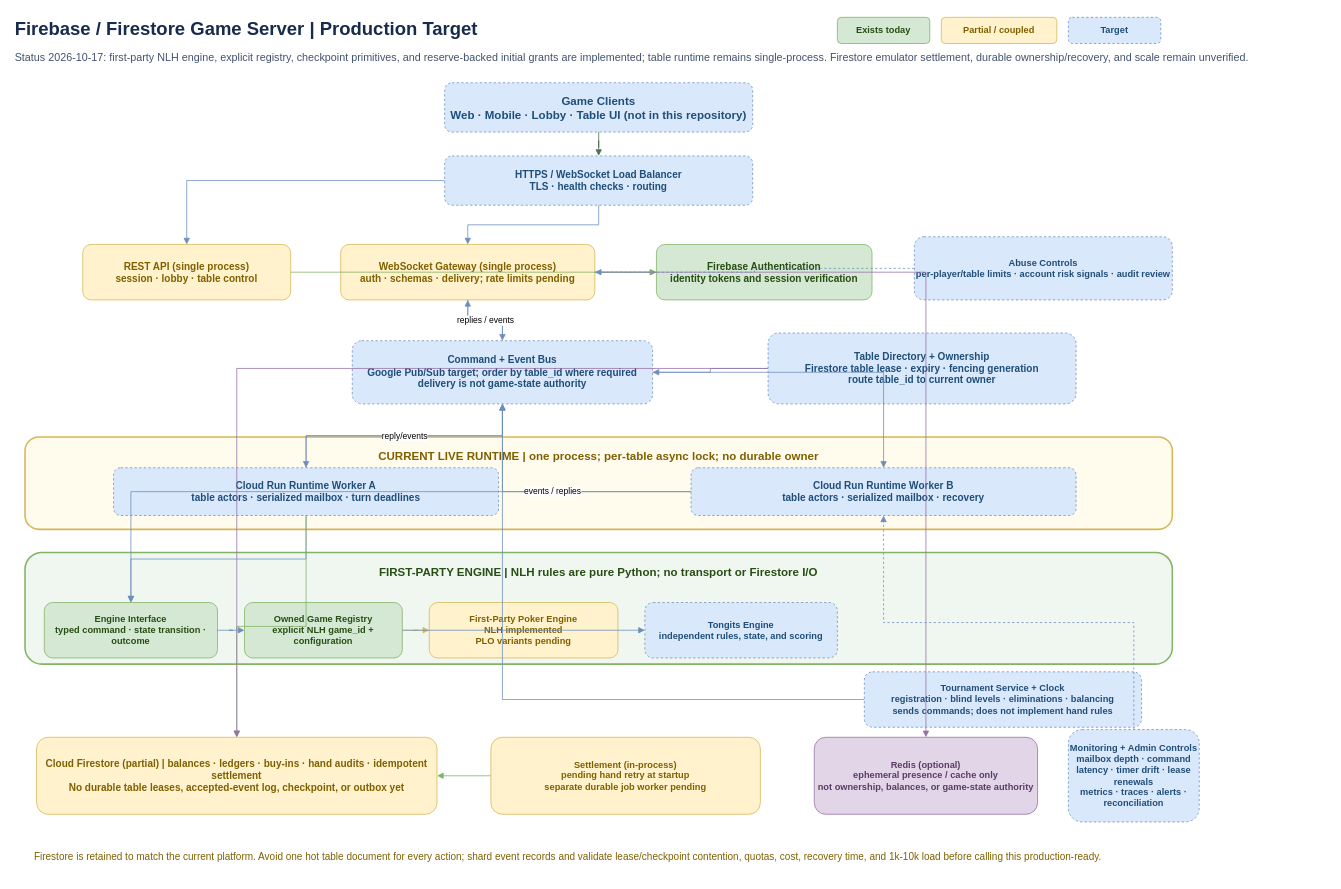
jaspervborcena/cowboysphpokerbackend keeps this draw.io diagram as page "Firebase Production Target" (1 of 2) of GAME_SERVER_FIREBASE_ARCHITECTURE.drawio. Above is the earlier version. Source tidied: cells renumbered, new cells numbered last; positions are measured from the earlier drawing's top-left corner, leaving out a move shared by most shapes. Both pictures are drawn from the tidied source at 77%, with x=0, y=0 at pixel (13, 13).
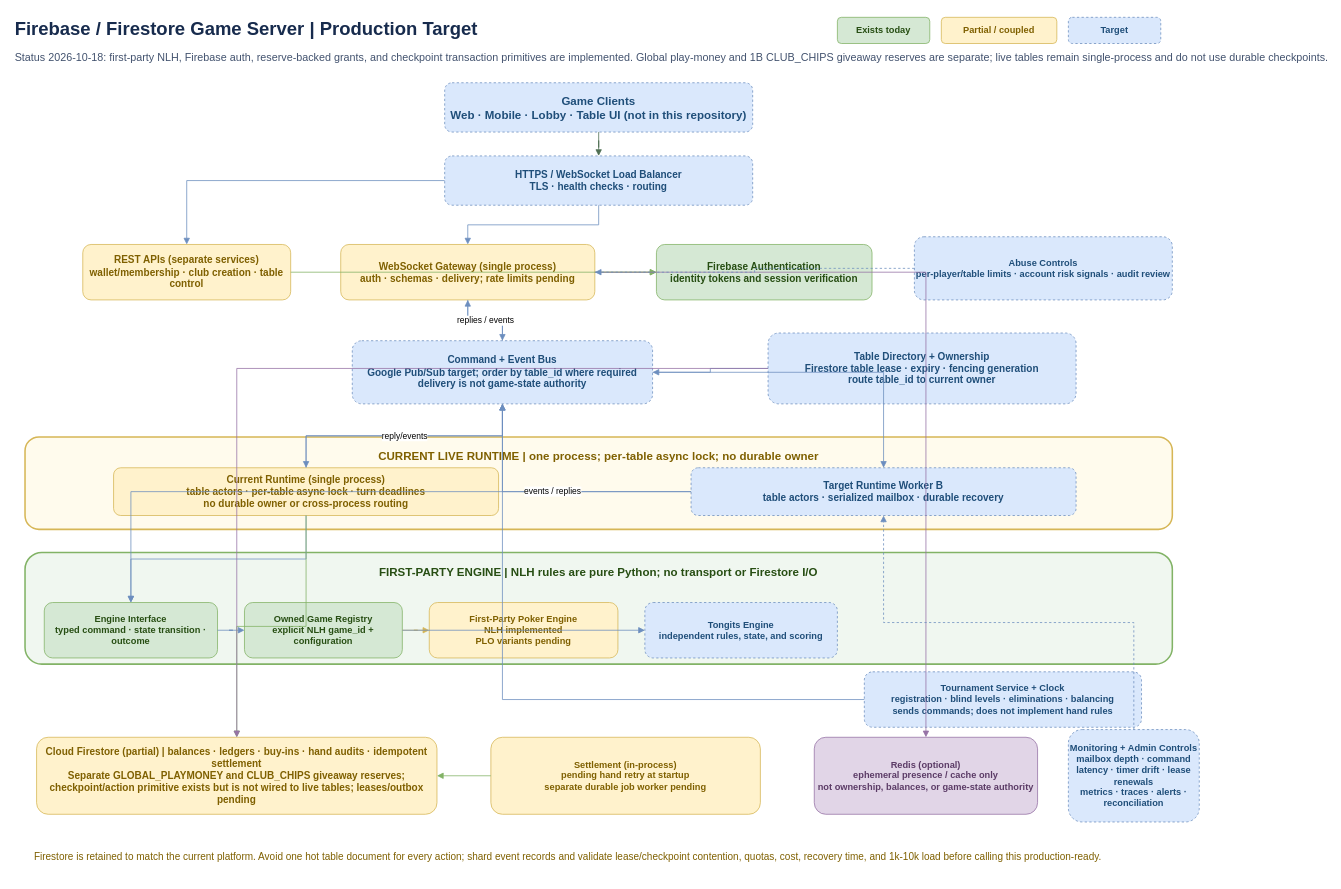
Above is the later version.

Commit message (it also covers changes not shown here):
Refresh Firebase architecture status

Change to the diagram source:
```diff
@@
-    <mxCell id="3" value="Status 2026-10-17: first-party NLH engine, explicit registry, checkpoint primitives, and reserve-backed initial grants are implemented; table runtime remains single-process. Firestore emulator settlement, durable ownership/recovery, and scale remain unverified." style="text;html=1;align=left;verticalAlign=middle;fontSize=14;fontColor=#42526E;" parent="1" vertex="1">
+    <mxCell id="3" value="Status 2026-10-18: first-party NLH, Firebase auth, reserve-backed grants, and checkpoint transaction primitives are implemented. Global play-money and 1B CLUB_CHIPS giveaway reserves are separate; live tables remain single-process and do not use durable checkpoints." style="text;html=1;align=left;verticalAlign=middle;fontSize=14;fontColor=#42526E;" parent="1" vertex="1">
       <mxGeometry y="42" width="1220" height="30" as="geometry" />
     </mxCell>
@@
-    <mxCell id="9" value="REST API (single process)&lt;br&gt;session · lobby · table control" style="rounded=1;whiteSpace=wrap;html=1;fillColor=#FFF2CC;strokeColor=#D6B656;fontColor=#7F6000;fontSize=13;fontStyle=1;" parent="1" vertex="1">
+    <mxCell id="9" value="REST APIs (separate services)&lt;br&gt;wallet/membership · club creation · table control" style="rounded=1;whiteSpace=wrap;html=1;fillColor=#FFF2CC;strokeColor=#D6B656;fontColor=#7F6000;fontSize=13;fontStyle=1;" parent="1" vertex="1">
       <mxGeometry x="90" y="300" width="270" height="72" as="geometry" />
     </mxCell>
@@
-    <mxCell id="16" value="Cloud Run Runtime Worker A&lt;br&gt;table actors · serialized mailbox · turn deadlines" style="rounded=1;whiteSpace=wrap;html=1;fillColor=#DAE8FC;strokeColor=#6C8EBF;fontColor=#1F4E79;fontSize=13;fontStyle=1;dashed=1;" parent="1" vertex="1">
+    <mxCell id="16" value="Current Runtime (single process)&lt;br&gt;table actors · per-table async lock · turn deadlines&lt;br&gt;no durable owner or cross-process routing" style="rounded=1;whiteSpace=wrap;html=1;fillColor=#FFF2CC;strokeColor=#D6B656;fontColor=#7F6000;fontSize=13;fontStyle=1;" parent="1" vertex="1">
       <mxGeometry x="130" y="590" width="500" height="62" as="geometry" />
     </mxCell>
-    <mxCell id="17" value="Cloud Run Runtime Worker B&lt;br&gt;table actors · serialized mailbox · recovery" style="rounded=1;whiteSpace=wrap;html=1;fillColor=#DAE8FC;strokeColor=#6C8EBF;fontColor=#1F4E79;fontSize=13;fontStyle=1;dashed=1;" parent="1" vertex="1">
+    <mxCell id="17" value="Target Runtime Worker B&lt;br&gt;table actors · serialized mailbox · durable recovery" style="rounded=1;whiteSpace=wrap;html=1;fillColor=#DAE8FC;strokeColor=#6C8EBF;fontColor=#1F4E79;fontSize=13;fontStyle=1;dashed=1;" parent="1" vertex="1">
       <mxGeometry x="880" y="590" width="500" height="62" as="geometry" />
     </mxCell>
@@
-    <mxCell id="24" value="Cloud Firestore (partial) | balances · ledgers · buy-ins · hand audits · idempotent settlement&lt;br&gt;No durable table leases, accepted-event log, checkpoint, or outbox yet" style="rounded=1;whiteSpace=wrap;html=1;fillColor=#FFF2CC;strokeColor=#D6B656;fontColor=#7F6000;fontSize=13;fontStyle=1;" parent="1" vertex="1">
+    <mxCell id="24" value="Cloud Firestore (partial) | balances · ledgers · buy-ins · hand audits · idempotent settlement&lt;br&gt;Separate GLOBAL_PLAYMONEY and CLUB_CHIPS giveaway reserves; checkpoint/action primitive exists but is not wired to live tables; leases/outbox pending" style="rounded=1;whiteSpace=wrap;html=1;fillColor=#FFF2CC;strokeColor=#D6B656;fontColor=#7F6000;fontSize=13;fontStyle=1;" parent="1" vertex="1">
       <mxGeometry x="30" y="940" width="520" height="100" as="geometry" />
     </mxCell>
```
